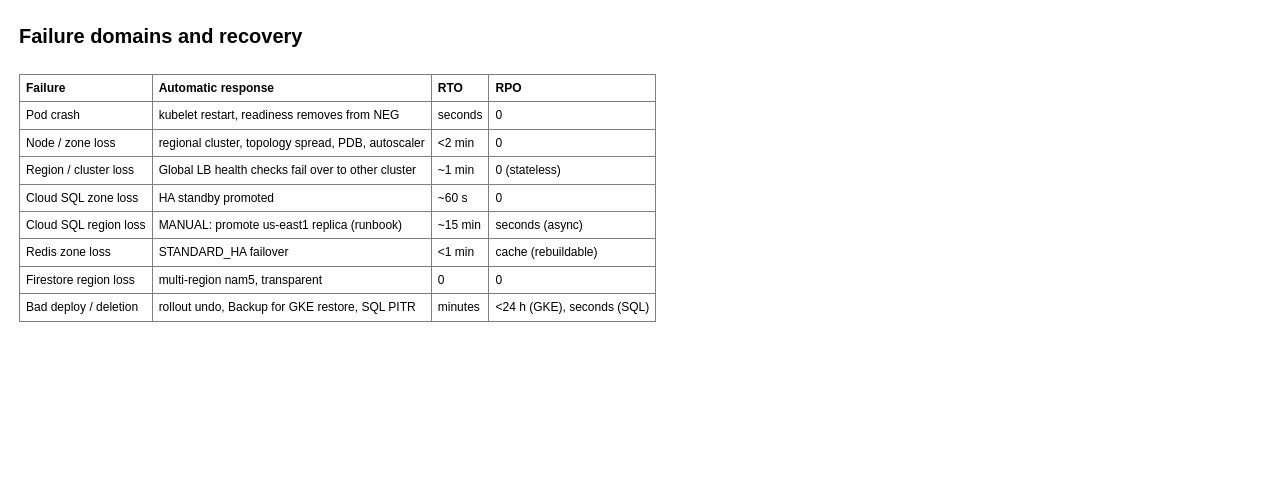
vamshikrishnagandu/gcp-gke-multicluster-platform keeps this draw.io diagram as page "SRE - HA and Disaster Recovery" (2 of 2) of diagrams/04-sre-observability-dr.drawio. Above is the earlier version. Source tidied: cells renumbered, new cells numbered last; positions are measured from the earlier drawing's top-left corner, leaving out a move shared by most shapes. Both pictures are drawn from the tidied source at 100%, with x=0, y=0 at pixel (17, 17).
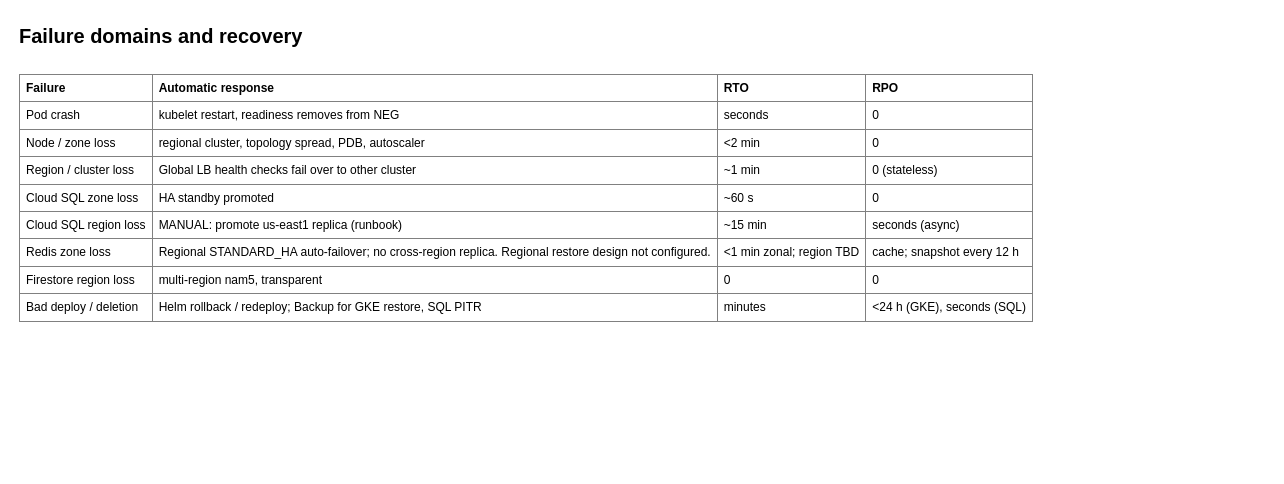
Above is the later version.

Change to the diagram source:
```diff
@@
 <mxGraphModel>
   <root>
     <mxCell id="0" />
     <mxCell id="1" parent="0" />
     <mxCell id="2" value="&lt;b&gt;Failure domains and recovery&lt;/b&gt;" style="text;html=1;fontSize=20;" parent="1" vertex="1">
       <mxGeometry width="600" height="40" as="geometry" />
     </mxCell>
-    <mxCell id="3" value="&lt;table border=&quot;1&quot; cellpadding=&quot;6&quot; style=&quot;border-collapse:collapse&quot;&gt;&lt;tr&gt;&lt;th&gt;Failure&lt;/th&gt;&lt;th&gt;Automatic response&lt;/th&gt;&lt;th&gt;RTO&lt;/th&gt;&lt;th&gt;RPO&lt;/th&gt;&lt;/tr&gt;&lt;tr&gt;&lt;td&gt;Pod crash&lt;/td&gt;&lt;td&gt;kubelet restart, readiness removes from NEG&lt;/td&gt;&lt;td&gt;seconds&lt;/td&gt;&lt;td&gt;0&lt;/td&gt;&lt;/tr&gt;&lt;tr&gt;&lt;td&gt;Node / zone loss&lt;/td&gt;&lt;td&gt;regional cluster, topology spread, PDB, autoscaler&lt;/td&gt;&lt;td&gt;&amp;lt;2 min&lt;/td&gt;&lt;td&gt;0&lt;/td&gt;&lt;/tr&gt;&lt;tr&gt;&lt;td&gt;Region / cluster loss&lt;/td&gt;&lt;td&gt;Global LB health checks fail over to other cluster&lt;/td&gt;&lt;td&gt;~1 min&lt;/td&gt;&lt;td&gt;0 (stateless)&lt;/td&gt;&lt;/tr&gt;&lt;tr&gt;&lt;td&gt;Cloud SQL zone loss&lt;/td&gt;&lt;td&gt;HA standby promoted&lt;/td&gt;&lt;td&gt;~60 s&lt;/td&gt;&lt;td&gt;0&lt;/td&gt;&lt;/tr&gt;&lt;tr&gt;&lt;td&gt;Cloud SQL region loss&lt;/td&gt;&lt;td&gt;MANUAL: promote us-east1 replica (runbook)&lt;/td&gt;&lt;td&gt;~15 min&lt;/td&gt;&lt;td&gt;seconds (async)&lt;/td&gt;&lt;/tr&gt;&lt;tr&gt;&lt;td&gt;Redis zone loss&lt;/td&gt;&lt;td&gt;STANDARD_HA failover&lt;/td&gt;&lt;td&gt;&amp;lt;1 min&lt;/td&gt;&lt;td&gt;cache (rebuildable)&lt;/td&gt;&lt;/tr&gt;&lt;tr&gt;&lt;td&gt;Firestore region loss&lt;/td&gt;&lt;td&gt;multi-region nam5, transparent&lt;/td&gt;&lt;td&gt;0&lt;/td&gt;&lt;td&gt;0&lt;/td&gt;&lt;/tr&gt;&lt;tr&gt;&lt;td&gt;Bad deploy / deletion&lt;/td&gt;&lt;td&gt;rollout undo, Backup for GKE restore, SQL PITR&lt;/td&gt;&lt;td&gt;minutes&lt;/td&gt;&lt;td&gt;&amp;lt;24 h (GKE), seconds (SQL)&lt;/td&gt;&lt;/tr&gt;&lt;/table&gt;" style="text;html=1;whiteSpace=wrap;verticalAlign=top;" parent="1" vertex="1">
-      <mxGeometry y="50" width="1100" height="380" as="geometry" />
+    <mxCell id="3" value="&lt;table border=&quot;1&quot; cellpadding=&quot;6&quot; style=&quot;border-collapse:collapse&quot;&gt;&lt;tr&gt;&lt;th&gt;Failure&lt;/th&gt;&lt;th&gt;Automatic response&lt;/th&gt;&lt;th&gt;RTO&lt;/th&gt;&lt;th&gt;RPO&lt;/th&gt;&lt;/tr&gt;&lt;tr&gt;&lt;td&gt;Pod crash&lt;/td&gt;&lt;td&gt;kubelet restart, readiness removes from NEG&lt;/td&gt;&lt;td&gt;seconds&lt;/td&gt;&lt;td&gt;0&lt;/td&gt;&lt;/tr&gt;&lt;tr&gt;&lt;td&gt;Node / zone loss&lt;/td&gt;&lt;td&gt;regional cluster, topology spread, PDB, autoscaler&lt;/td&gt;&lt;td&gt;&amp;lt;2 min&lt;/td&gt;&lt;td&gt;0&lt;/td&gt;&lt;/tr&gt;&lt;tr&gt;&lt;td&gt;Region / cluster loss&lt;/td&gt;&lt;td&gt;Global LB health checks fail over to other cluster&lt;/td&gt;&lt;td&gt;~1 min&lt;/td&gt;&lt;td&gt;0 (stateless)&lt;/td&gt;&lt;/tr&gt;&lt;tr&gt;&lt;td&gt;Cloud SQL zone loss&lt;/td&gt;&lt;td&gt;HA standby promoted&lt;/td&gt;&lt;td&gt;~60 s&lt;/td&gt;&lt;td&gt;0&lt;/td&gt;&lt;/tr&gt;&lt;tr&gt;&lt;td&gt;Cloud SQL region loss&lt;/td&gt;&lt;td&gt;MANUAL: promote us-east1 replica (runbook)&lt;/td&gt;&lt;td&gt;~15 min&lt;/td&gt;&lt;td&gt;seconds (async)&lt;/td&gt;&lt;/tr&gt;&lt;tr&gt;&lt;td&gt;Redis zone loss&lt;/td&gt;&lt;td&gt;Regional STANDARD_HA auto-failover; no cross-region replica. Regional restore design not configured.&lt;/td&gt;&lt;td&gt;&amp;lt;1 min zonal; region TBD&lt;/td&gt;&lt;td&gt;cache; snapshot every 12 h&lt;/td&gt;&lt;/tr&gt;&lt;tr&gt;&lt;td&gt;Firestore region loss&lt;/td&gt;&lt;td&gt;multi-region nam5, transparent&lt;/td&gt;&lt;td&gt;0&lt;/td&gt;&lt;td&gt;0&lt;/td&gt;&lt;/tr&gt;&lt;tr&gt;&lt;td&gt;Bad deploy / deletion&lt;/td&gt;&lt;td&gt;Helm rollback / redeploy; Backup for GKE restore, SQL PITR&lt;/td&gt;&lt;td&gt;minutes&lt;/td&gt;&lt;td&gt;&amp;lt;24 h (GKE), seconds (SQL)&lt;/td&gt;&lt;/tr&gt;&lt;/table&gt;" style="text;html=1;whiteSpace=wrap;verticalAlign=top;" parent="1" vertex="1">
+      <mxGeometry y="50" width="1250" height="400" as="geometry" />
     </mxCell>
   </root>
 </mxGraphModel>
```
